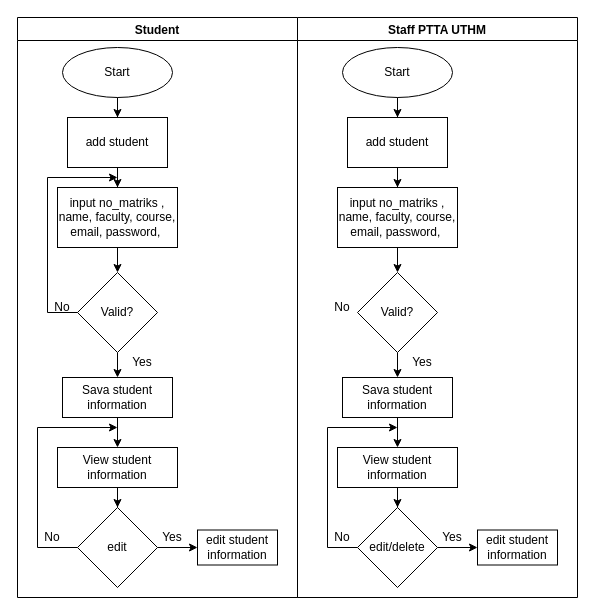
The draw.io diagram managestudentinformation.drawio in SNFASA/Hikmah-and-Ekplorasi-Room-Reservation-System, before the edit. Source tidied: cells renumbered, new cells numbered last; positions are measured from the earlier drawing's top-left corner, leaving out a move shared by most shapes. Both pictures are drawn from the tidied source at 100%, with x=0, y=0 at pixel (17, 17).
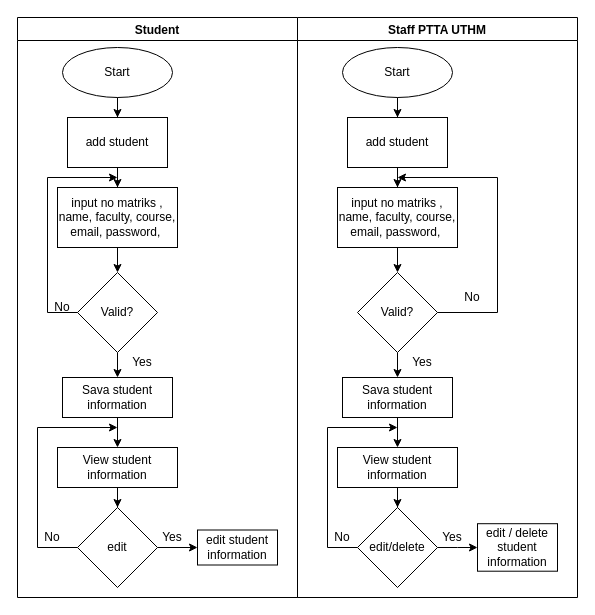
The same diagram, later.

Unchanged cells that the change refers to:
```xml
<mxCell id="2" value="Student" style="swimlane;" parent="1" vertex="1">
  <mxGeometry width="280" height="580" as="geometry" />
</mxCell>
<mxCell id="24" value="Staff PTTA UTHM" style="swimlane;" parent="1" vertex="1">
  <mxGeometry x="280" width="280" height="580" as="geometry" />
</mxCell>
<mxCell id="32" value="Valid?" style="rhombus;whiteSpace=wrap;html=1;" parent="24" vertex="1">
  <mxGeometry x="60" y="255" width="80" height="80" as="geometry" />
</mxCell>
```

Change to the diagram source:
```diff
@@
-    <mxCell id="8" value="input no_matriks , name, faculty, course, email, password,&amp;nbsp;" style="whiteSpace=wrap;html=1;" parent="2" vertex="1">
+    <mxCell id="8" value="input no matriks , name, faculty, course, email, password,&amp;nbsp;" style="whiteSpace=wrap;html=1;" parent="2" vertex="1">
       <mxGeometry x="40" y="170" width="120" height="60" as="geometry" />
     </mxCell>
@@
-    <mxCell id="30" value="input no_matriks , name, faculty, course, email, password,&amp;nbsp;" style="whiteSpace=wrap;html=1;" parent="24" vertex="1">
+    <mxCell id="30" value="input no matriks , name, faculty, course, email, password,&amp;nbsp;" style="whiteSpace=wrap;html=1;" parent="24" vertex="1">
       <mxGeometry x="40" y="170" width="120" height="60" as="geometry" />
     </mxCell>
@@
-    <mxCell id="39" value="edit student information" style="whiteSpace=wrap;html=1;" parent="24" vertex="1">
-      <mxGeometry x="180" y="512.5" width="80" height="35" as="geometry" />
+    <mxCell id="39" value="edit / delete student information" style="whiteSpace=wrap;html=1;" parent="24" vertex="1">
+      <mxGeometry x="180" y="506.2" width="80" height="47.5" as="geometry" />
     </mxCell>
@@
     <mxCell id="41" value="No" style="text;html=1;align=center;verticalAlign=middle;whiteSpace=wrap;rounded=0;" parent="24" vertex="1">
-      <mxGeometry x="20" y="280" width="50" height="20" as="geometry" />
+      <mxGeometry x="150" y="270" width="50" height="20" as="geometry" />
     </mxCell>
@@
+    <mxCell id="45" style="endArrow=classic;html=1;rounded=0;exitX=1;exitY=0.5;exitDx=0;exitDy=0;" parent="24" edge="1" source="32">
+      <mxGeometry relative="1" as="geometry">
+        <mxPoint x="100" y="160" as="targetPoint" />
+        <Array as="points">
+          <mxPoint x="200" y="295" />
+          <mxPoint x="200" y="160" />
+        </Array>
+      </mxGeometry>
+    </mxCell>
```
